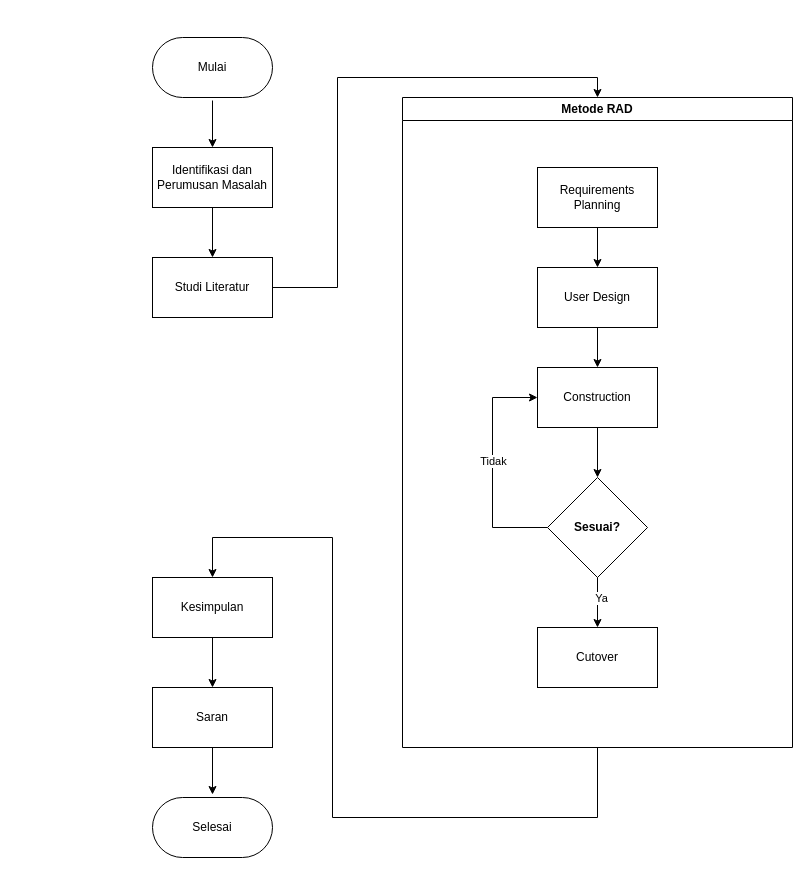
This is page "Page-2" (2 of 2) of diagram/flowchart_rad_updated.drawio from gdamar/laporan-ekinerja, a draw.io file, before an edit. Source tidied: cells renumbered, new cells numbered last; positions are measured from the earlier drawing's top-left corner, leaving out a move shared by most shapes. Both pictures are drawn from the tidied source at 100%, with x=0, y=0 at pixel (152, 37).
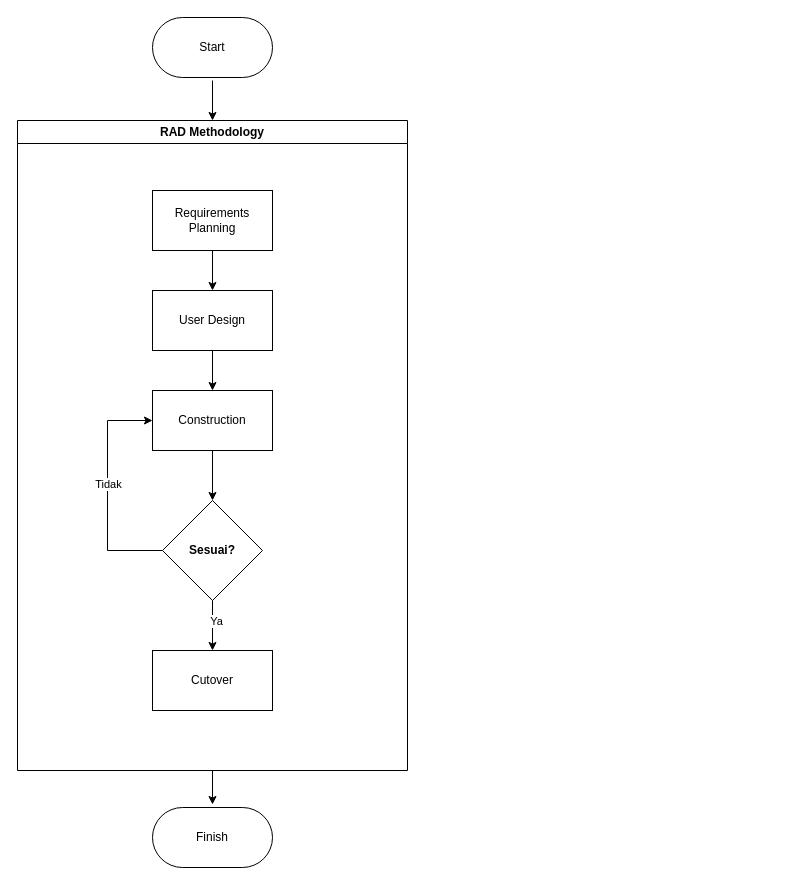
After the change.

Change to the diagram source:
```diff
@@
-    <mxCell id="2" style="edgeStyle=orthogonalEdgeStyle;rounded=0;jettySize=auto;html=1;defaultLabelBackgroundColor=page;strokeColor=light-dark(#000000,#000000);" parent="1" edge="1" source="3" target="5">
+    <mxCell id="2" style="edgeStyle=orthogonalEdgeStyle;rounded=0;jettySize=auto;html=1;defaultLabelBackgroundColor=page;strokeColor=light-dark(#000000,#000000);entryX=0.5;entryY=0;entryDx=0;entryDy=0;" parent="1" edge="1" source="3" target="9">
       <mxGeometry relative="1" as="geometry" />
     </mxCell>
-    <mxCell id="3" value="Mulai" style="rounded=1;whiteSpace=wrap;absoluteArcSize=1;arcSize=100;html=1;perimeterSpacing=3;fillColor=none;strokeColor=light-dark(#000000,#FFFFFF);fontColor=light-dark(#000000,#000000);" parent="1" vertex="1">
-      <mxGeometry width="120" height="60" as="geometry" />
+    <mxCell id="3" value="Start" style="rounded=1;whiteSpace=wrap;absoluteArcSize=1;arcSize=100;html=1;perimeterSpacing=3;fillColor=none;strokeColor=light-dark(#000000,#FFFFFF);fontColor=light-dark(#000000,#000000);fontStyle=0;" parent="1" vertex="1">
+      <mxGeometry y="-20" width="120" height="60" as="geometry" />
     </mxCell>
-    <mxCell id="4" style="edgeStyle=orthogonalEdgeStyle;rounded=0;jettySize=auto;html=1;defaultLabelBackgroundColor=page;strokeColor=light-dark(#000000,#000000);" parent="1" edge="1" source="5" target="7">
-      <mxGeometry relative="1" as="geometry" />
-    </mxCell>
-    <mxCell id="5" value="&lt;span style=&quot;&quot;&gt;Identifikasi dan&lt;/span&gt;&lt;br style=&quot;&quot;&gt;&lt;span style=&quot;&quot;&gt;Perumusan Masalah&lt;/span&gt;" style="rounded=0;whiteSpace=wrap;html=1;fillColor=none;strokeColor=light-dark(#000000,#FFFFFF);fontColor=light-dark(#000000,#000000);" parent="1" vertex="1">
-      <mxGeometry y="110" width="120" height="60" as="geometry" />
-    </mxCell>
-    <mxCell id="6" style="edgeStyle=orthogonalEdgeStyle;rounded=0;jettySize=auto;html=1;entryX=0.5;entryY=0;entryDx=0;entryDy=0;defaultLabelBackgroundColor=page;strokeColor=light-dark(#000000,#000000);" parent="1" edge="1" source="7" target="9">
-      <mxGeometry relative="1" as="geometry" />
-    </mxCell>
-    <mxCell id="7" value="&lt;span style=&quot;&quot;&gt;Studi Literatur&lt;/span&gt;" style="rounded=0;whiteSpace=wrap;html=1;fillColor=none;strokeColor=light-dark(#000000,#FFFFFF);fontColor=light-dark(#000000,#000000);" parent="1" vertex="1">
-      <mxGeometry y="220" width="120" height="60" as="geometry" />
-    </mxCell>
-    <mxCell id="8" style="edgeStyle=orthogonalEdgeStyle;rounded=0;jettySize=auto;html=1;entryX=0.5;entryY=0;entryDx=0;entryDy=0;defaultLabelBackgroundColor=page;strokeColor=light-dark(#000000,#000000);" parent="1" edge="1" source="9" target="23">
-      <mxGeometry x="-0.1" relative="1" as="geometry">
-        <Array as="points">
-          <mxPoint x="445" y="780" />
-          <mxPoint x="180" y="780" />
-          <mxPoint x="180" y="500" />
-          <mxPoint x="60" y="500" />
-        </Array>
-      </mxGeometry>
-    </mxCell>
+    <mxCell id="27" style="edgeStyle=orthogonalEdgeStyle;rounded=0;jettySize=auto;html=1;defaultLabelBackgroundColor=page;" parent="1" edge="1" source="9" target="26">
+      <mxGeometry relative="1" as="geometry" />
+    </mxCell>
-    <mxCell id="9" value="Metode RAD" style="swimlane;whiteSpace=wrap;html=1;fillColor=none;strokeColor=light-dark(#000000,#FFFFFF);fontColor=light-dark(#000000,#000000);" parent="1" vertex="1">
-      <mxGeometry x="250" y="60" width="390" height="650" as="geometry" />
+    <mxCell id="9" value="RAD Methodology" style="swimlane;whiteSpace=wrap;html=1;fillColor=none;strokeColor=light-dark(#000000,#FFFFFF);fontColor=light-dark(#000000,#000000);" parent="1" vertex="1">
+      <mxGeometry x="-135" y="83" width="390" height="650" as="geometry" />
     </mxCell>
@@
-    <mxCell id="22" style="edgeStyle=orthogonalEdgeStyle;rounded=0;jettySize=auto;html=1;defaultLabelBackgroundColor=page;strokeColor=light-dark(#000000,#000000);" parent="1" edge="1" source="23" target="25">
-      <mxGeometry relative="1" as="geometry" />
-    </mxCell>
-    <mxCell id="23" value="&lt;span style=&quot;&quot;&gt;Kesimpulan&lt;/span&gt;" style="rounded=0;whiteSpace=wrap;html=1;fillColor=none;strokeColor=light-dark(#000000,#FFFFFF);fontColor=light-dark(#000000,#000000);" parent="1" vertex="1">
-      <mxGeometry y="540" width="120" height="60" as="geometry" />
-    </mxCell>
-    <mxCell id="24" style="edgeStyle=orthogonalEdgeStyle;rounded=0;jettySize=auto;html=1;defaultLabelBackgroundColor=page;strokeColor=light-dark(#000000,#000000);" parent="1" edge="1" source="25" target="26">
-      <mxGeometry relative="1" as="geometry" />
-    </mxCell>
-    <mxCell id="25" value="&lt;span style=&quot;&quot;&gt;Saran&lt;/span&gt;" style="rounded=0;whiteSpace=wrap;html=1;fillColor=none;strokeColor=light-dark(#000000,#FFFFFF);fontColor=light-dark(#000000,#000000);" parent="1" vertex="1">
-      <mxGeometry y="650" width="120" height="60" as="geometry" />
-    </mxCell>
-    <mxCell id="26" value="Selesai" style="rounded=1;whiteSpace=wrap;absoluteArcSize=1;arcSize=100;html=1;perimeterSpacing=3;fillColor=none;strokeColor=light-dark(#000000,#FFFFFF);fontColor=light-dark(#000000,#000000);" parent="1" vertex="1">
-      <mxGeometry y="760" width="120" height="60" as="geometry" />
+    <mxCell id="26" value="Finish" style="rounded=1;whiteSpace=wrap;absoluteArcSize=1;arcSize=100;html=1;perimeterSpacing=3;fillColor=none;strokeColor=light-dark(#000000,#FFFFFF);fontColor=light-dark(#000000,#000000);" parent="1" vertex="1">
+      <mxGeometry y="770" width="120" height="60" as="geometry" />
     </mxCell>
```
